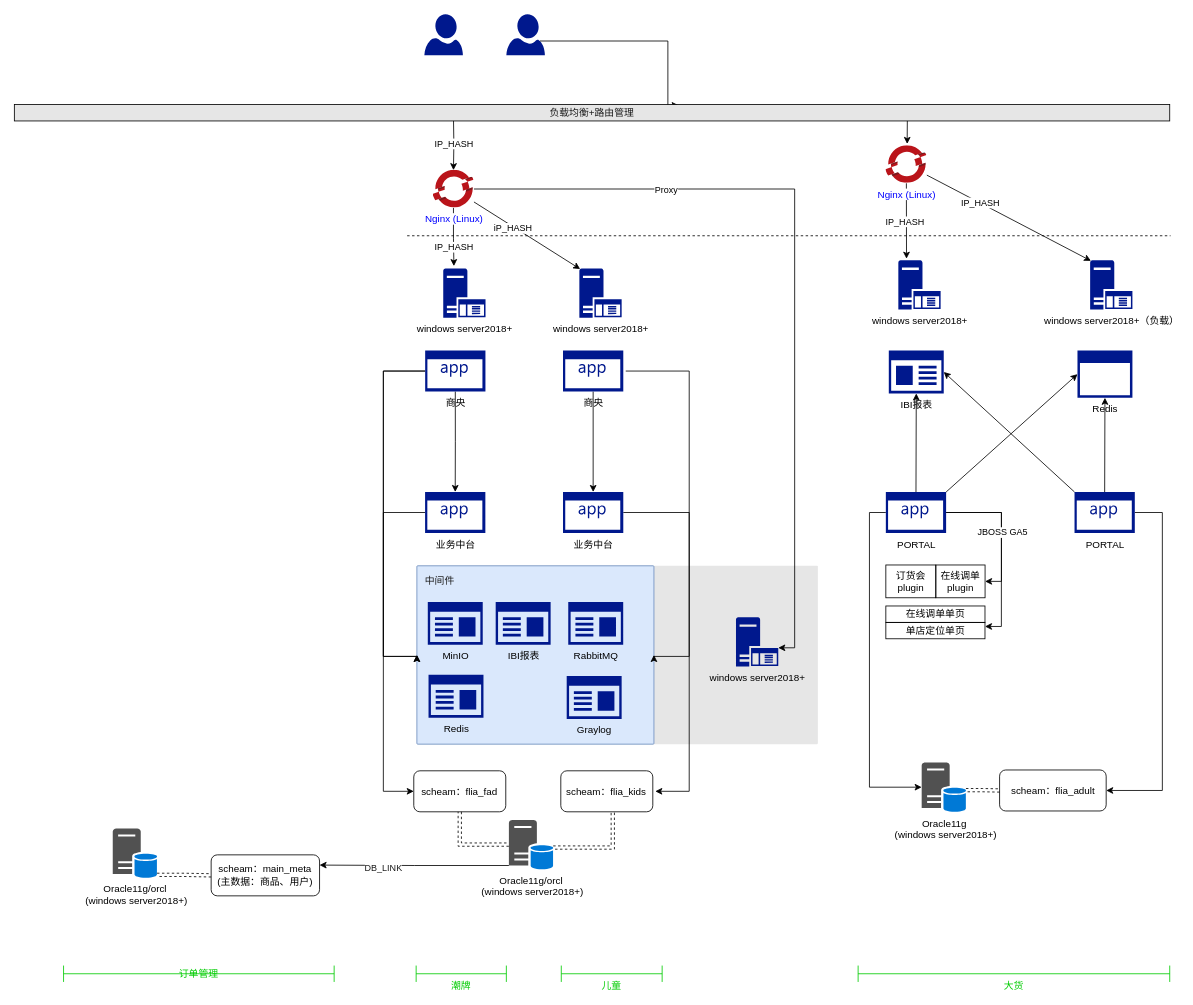
Above: anta-deploy.drawio in tianyaxiangdong/drawio (draw.io), before the change. Source tidied: cells renumbered, new cells numbered last; positions are measured from the earlier drawing's top-left corner, leaving out a move shared by most shapes. Both pictures are drawn from the tidied source at 82%, with x=0, y=0 at pixel (14, 14).
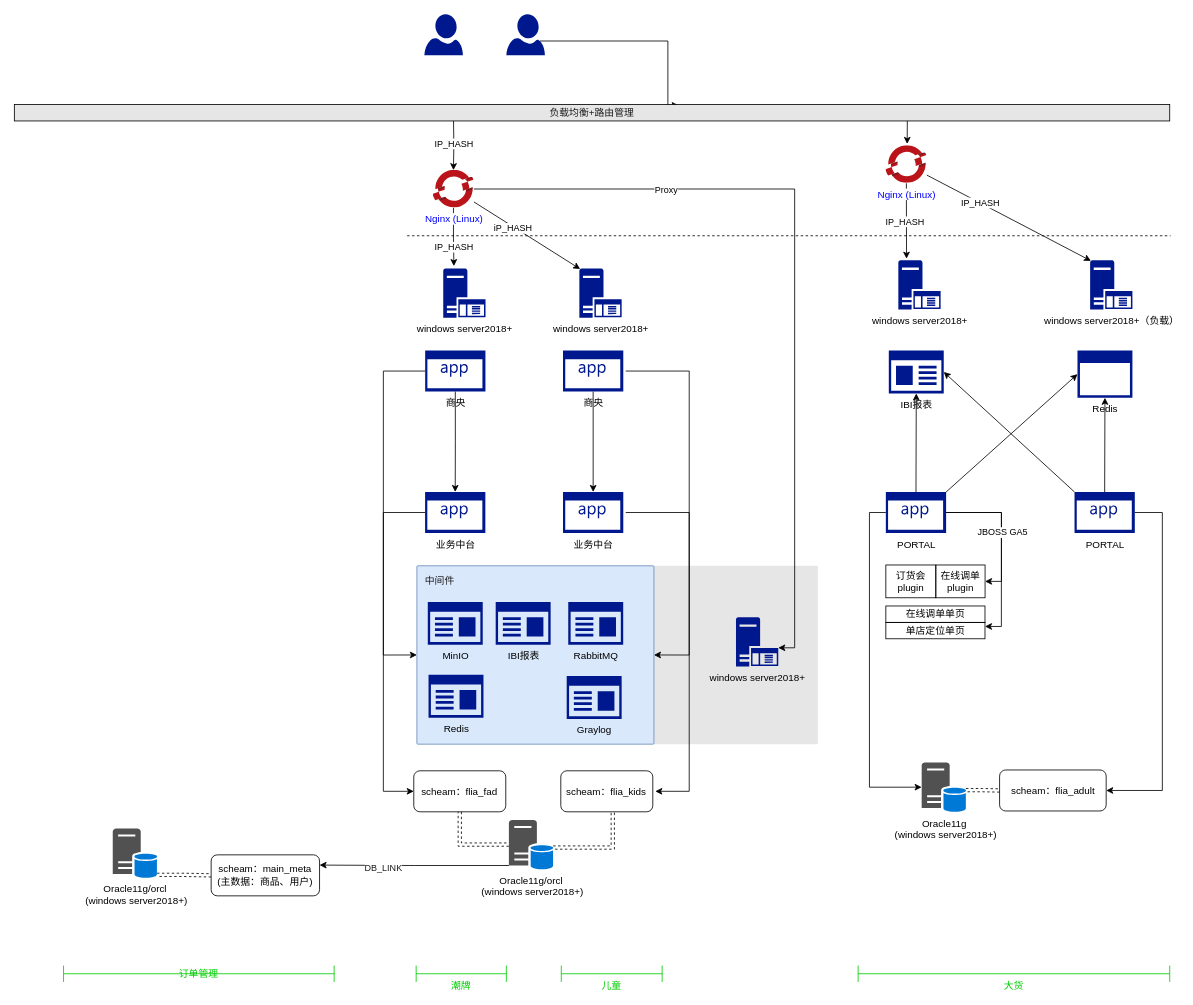
Above is the later version.

Unchanged cells that the change refers to:
```xml
<mxCell id="3" value="&lt;font color=&quot;#1a1a1a&quot;&gt;中间件&lt;/font&gt;" style="sketch=0;points=[[0,0,0],[0.25,0,0],[0.5,0,0],[0.75,0,0],[1,0,0],[1,0.25,0],[1,0.5,0],[1,0.75,0],[1,1,0],[0.75,1,0],[0.5,1,0],[0.25,1,0],[0,1,0],[0,0.75,0],[0,0.5,0],[0,0.25,0]];rounded=1;absoluteArcSize=1;arcSize=2;html=1;strokeColor=#6c8ebf;shadow=0;dashed=0;fontSize=12;align=left;verticalAlign=top;spacing=10;spacingTop=-4;fillColor=#dae8fc;" parent="1" vertex="1">
  <mxGeometry x="490.9" y="672.5" width="289.1" height="217.5" as="geometry" />
</mxCell>
<mxCell id="36" value="商央" style="sketch=0;shadow=0;dashed=0;html=1;strokeColor=none;labelPosition=center;verticalLabelPosition=bottom;verticalAlign=top;align=center;fillColor=#00188D;shape=mxgraph.mscae.enterprise.application;" parent="1" vertex="1">
  <mxGeometry x="501" y="410" width="73.5" height="50" as="geometry" />
</mxCell>
<mxCell id="38" value="业务中台" style="sketch=0;shadow=0;dashed=0;html=1;strokeColor=none;labelPosition=center;verticalLabelPosition=bottom;verticalAlign=top;align=center;fillColor=#00188D;shape=mxgraph.mscae.enterprise.application;" parent="1" vertex="1">
  <mxGeometry x="500.9" y="582.5" width="73.5" height="50" as="geometry" />
</mxCell>
<mxCell id="43" value="业务中台" style="sketch=0;shadow=0;dashed=0;html=1;strokeColor=none;labelPosition=center;verticalLabelPosition=bottom;verticalAlign=top;align=center;fillColor=#00188D;shape=mxgraph.mscae.enterprise.application;" parent="1" vertex="1">
  <mxGeometry x="669.1" y="582.5" width="73.5" height="50" as="geometry" />
</mxCell>
```

Diff of the diagram source:
```diff
@@
-    <mxCell id="33" style="edgeStyle=orthogonalEdgeStyle;rounded=0;jettySize=auto;html=1;exitX=0;exitY=0.5;exitDx=0;exitDy=0;exitPerimeter=0;entryX=0;entryY=0.5;entryDx=0;entryDy=0;entryPerimeter=0;" parent="1" edge="1" source="36" target="3">
-      <mxGeometry relative="1" as="geometry">
-        <Array as="points">
-          <mxPoint x="450" y="435" />
-          <mxPoint x="450" y="783" />
-        </Array>
-      </mxGeometry>
-    </mxCell>
@@
-    <mxCell id="37" style="edgeStyle=orthogonalEdgeStyle;rounded=0;jettySize=auto;html=1;entryX=0;entryY=0.5;entryDx=0;entryDy=0;entryPerimeter=0;exitX=0;exitY=0.5;exitDx=0;exitDy=0;exitPerimeter=0;" parent="1" edge="1" source="38" target="3">
+    <mxCell id="37" style="edgeStyle=orthogonalEdgeStyle;rounded=0;jettySize=auto;html=1;exitX=0;exitY=0.5;exitDx=0;exitDy=0;exitPerimeter=0;entryX=0;entryY=0.5;entryDx=0;entryDy=0;entryPerimeter=0;fontColor=#1A1A1A;" parent="1" edge="1" source="38" target="3">
       <mxGeometry relative="1" as="geometry">
         <Array as="points">
           <mxPoint x="450" y="608" />
-          <mxPoint x="450" y="783" />
+          <mxPoint x="450" y="781" />
         </Array>
       </mxGeometry>
     </mxCell>
@@
-    <mxCell id="42" style="edgeStyle=orthogonalEdgeStyle;rounded=0;jettySize=auto;html=1;exitX=1;exitY=0.5;exitDx=0;exitDy=0;exitPerimeter=0;entryX=1;entryY=0.5;entryDx=0;entryDy=0;entryPerimeter=0;" parent="1" edge="1" source="43" target="3">
-      <mxGeometry relative="1" as="geometry">
-        <Array as="points">
-          <mxPoint x="823" y="608" />
-          <mxPoint x="823" y="783" />
-        </Array>
-      </mxGeometry>
-    </mxCell>
+    <mxCell id="78" style="edgeStyle=orthogonalEdgeStyle;rounded=0;jettySize=auto;html=1;exitX=1;exitY=0.5;exitDx=0;exitDy=0;exitPerimeter=0;fontColor=#1A1A1A;entryX=1;entryY=0.5;entryDx=0;entryDy=0;entryPerimeter=0;" parent="1" edge="1" target="3">
+      <mxGeometry relative="1" as="geometry">
+        <mxPoint x="745.6" y="607.5" as="sourcePoint" />
+        <Array as="points">
+          <mxPoint x="823" y="608" />
+          <mxPoint x="823" y="781" />
+        </Array>
+      </mxGeometry>
+    </mxCell>
```
